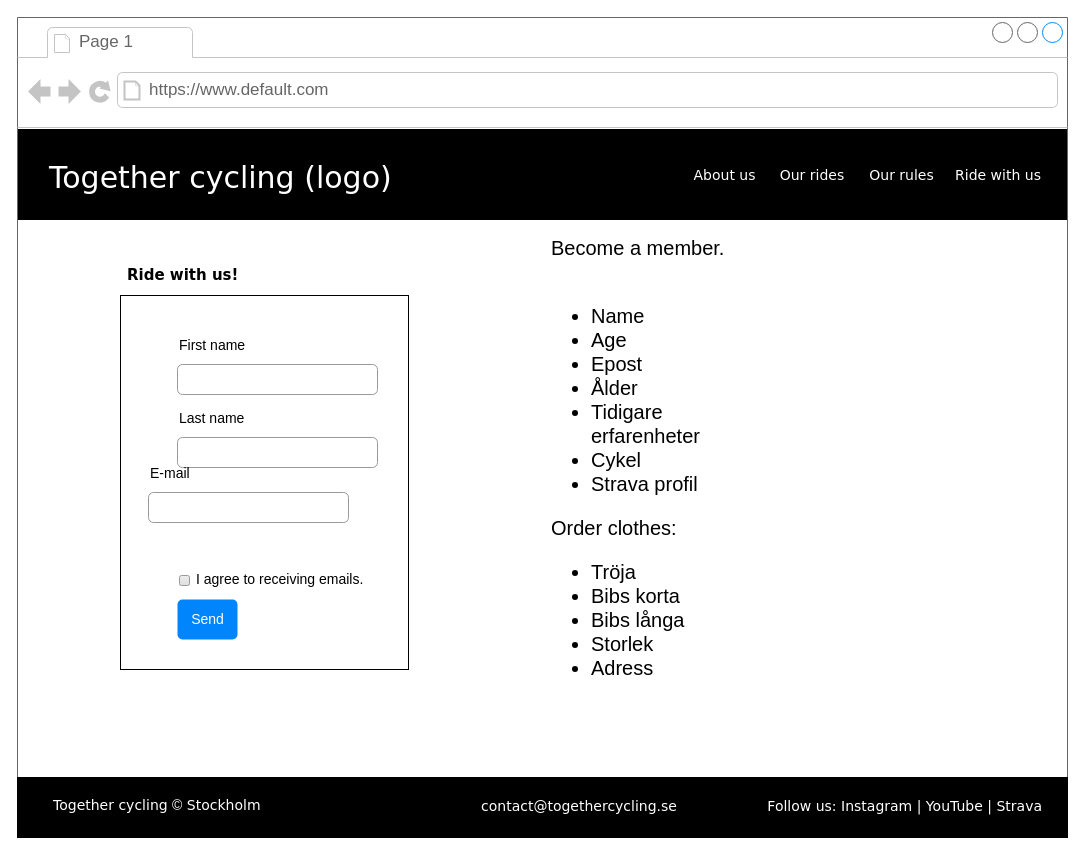
Above: page "Ride with us" (3 of 4) of Together-cycling.drawio in CharlottaG/Together-Cycling (draw.io), before the change. Source tidied: cells renumbered, new cells numbered last; positions are measured from the earlier drawing's top-left corner, leaving out a move shared by most shapes. Both pictures are drawn from the tidied source at 100%, with x=0, y=0 at pixel (17, 17).
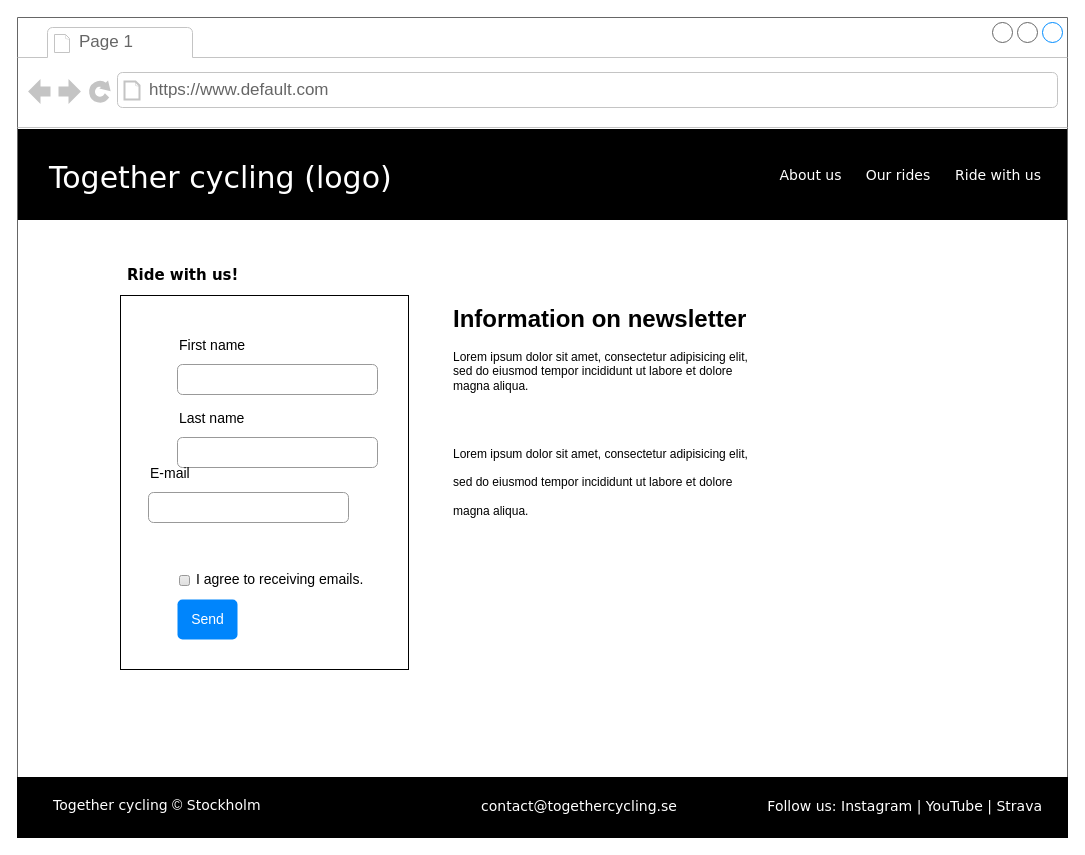
After the change.

The change refers to these unchanged cells:
```xml
<mxCell id="2" style="strokeWidth=1;shadow=0;dashed=0;align=center;html=1;shape=mxgraph.mockup.containers.browserWindow;rSize=0;strokeColor=#666666;mainText=,;rounded=0;labelBackgroundColor=none;fontFamily=Verdana;fontSize=12;" parent="1" vertex="1">
  <mxGeometry width="1050" height="820" as="geometry" />
</mxCell>
```

Change to the diagram source:
```diff
@@
-    <mxCell id="12" value="&lt;span style=&quot;font-size: 20px; background-color: initial;&quot;&gt;Become a member.&lt;/span&gt;&lt;br&gt;&lt;font style=&quot;font-size: 20px;&quot;&gt;&lt;br&gt;&lt;ul&gt;&lt;li&gt;&lt;font style=&quot;font-size: 20px;&quot;&gt;Name&lt;/font&gt;&lt;/li&gt;&lt;li&gt;&lt;font style=&quot;font-size: 20px;&quot;&gt;Age&lt;/font&gt;&lt;/li&gt;&lt;li&gt;&lt;font style=&quot;font-size: 20px;&quot;&gt;Epost&lt;/font&gt;&lt;/li&gt;&lt;li&gt;&lt;font style=&quot;font-size: 20px;&quot;&gt;Ålder&lt;/font&gt;&lt;/li&gt;&lt;li&gt;&lt;font style=&quot;font-size: 20px;&quot;&gt;Tidigare erfarenheter&lt;/font&gt;&lt;/li&gt;&lt;li&gt;&lt;font style=&quot;font-size: 20px;&quot;&gt;Cykel&lt;/font&gt;&lt;/li&gt;&lt;li&gt;&lt;font style=&quot;font-size: 20px;&quot;&gt;Strava profil&lt;/font&gt;&lt;/li&gt;&lt;/ul&gt;&lt;div&gt;Order clothes:&lt;/div&gt;&lt;div&gt;&lt;ul&gt;&lt;li&gt;Tröja&lt;/li&gt;&lt;li&gt;Bibs korta&lt;/li&gt;&lt;li&gt;Bibs långa&lt;/li&gt;&lt;li&gt;Storlek&lt;/li&gt;&lt;li&gt;Adress&lt;/li&gt;&lt;/ul&gt;&lt;/div&gt;&lt;/font&gt;" style="text;html=1;strokeColor=none;fillColor=none;align=left;verticalAlign=middle;whiteSpace=wrap;rounded=0;" parent="2" vertex="1">
-      <mxGeometry x="532" y="280" width="218" height="340" as="geometry" />
-    </mxCell>
+    <mxCell id="26" value="&lt;h1&gt;Information on newsletter&lt;/h1&gt;&lt;p&gt;Lorem ipsum dolor sit amet, consectetur adipisicing elit, sed do eiusmod tempor incididunt ut labore et dolore magna aliqua.&lt;/p&gt;&lt;p&gt;&lt;br&gt;&lt;/p&gt;&lt;h1 style=&quot;border-color: var(--border-color);&quot;&gt;&lt;span style=&quot;background-color: initial; font-size: 12px; font-weight: normal;&quot;&gt;Lorem ipsum dolor sit amet, consectetur adipisicing elit, sed do eiusmod tempor incididunt ut labore et dolore magna aliqua.&lt;/span&gt;&lt;br&gt;&lt;/h1&gt;" style="text;html=1;strokeColor=none;fillColor=none;spacing=5;spacingTop=-20;whiteSpace=wrap;overflow=hidden;rounded=0;" parent="2" vertex="1">
+      <mxGeometry x="431" y="282" width="319" height="368" as="geometry" />
+    </mxCell>
@@
+    <mxCell id="27" style="edgeStyle=orthogonalEdgeStyle;rounded=0;jettySize=auto;html=1;" parent="1" edge="1" source="22" target="24">
+      <mxGeometry relative="1" as="geometry" />
+    </mxCell>
     <mxCell id="22" value="Our rides" style="fillColor=none;strokeColor=none;fontSize=14;fontColor=#FFFFFF;fontFamily=Verdana;labelBackgroundColor=none;flipH=1;" parent="1" vertex="1">
-      <mxGeometry x="762" y="137" width="66" height="40" as="geometry" />
+      <mxGeometry x="848" y="137" width="66" height="40" as="geometry" />
     </mxCell>
@@
     <mxCell id="24" value="About us" style="fillColor=none;strokeColor=none;fontSize=14;fontColor=#FFFFFF;fontFamily=Verdana;labelBackgroundColor=none;flipH=1;" parent="1" vertex="1">
-      <mxGeometry x="675" y="137" width="65" height="40" as="geometry" />
+      <mxGeometry x="761" y="137" width="65" height="40" as="geometry" />
     </mxCell>
-    <mxCell id="25" value="Our rules" style="fillColor=none;strokeColor=none;fontSize=14;fontColor=#FFFFFF;fontFamily=Verdana;labelBackgroundColor=none;flipH=1;" parent="1" vertex="1">
-      <mxGeometry x="851" y="137" width="67" height="40" as="geometry" />
-    </mxCell>
```
